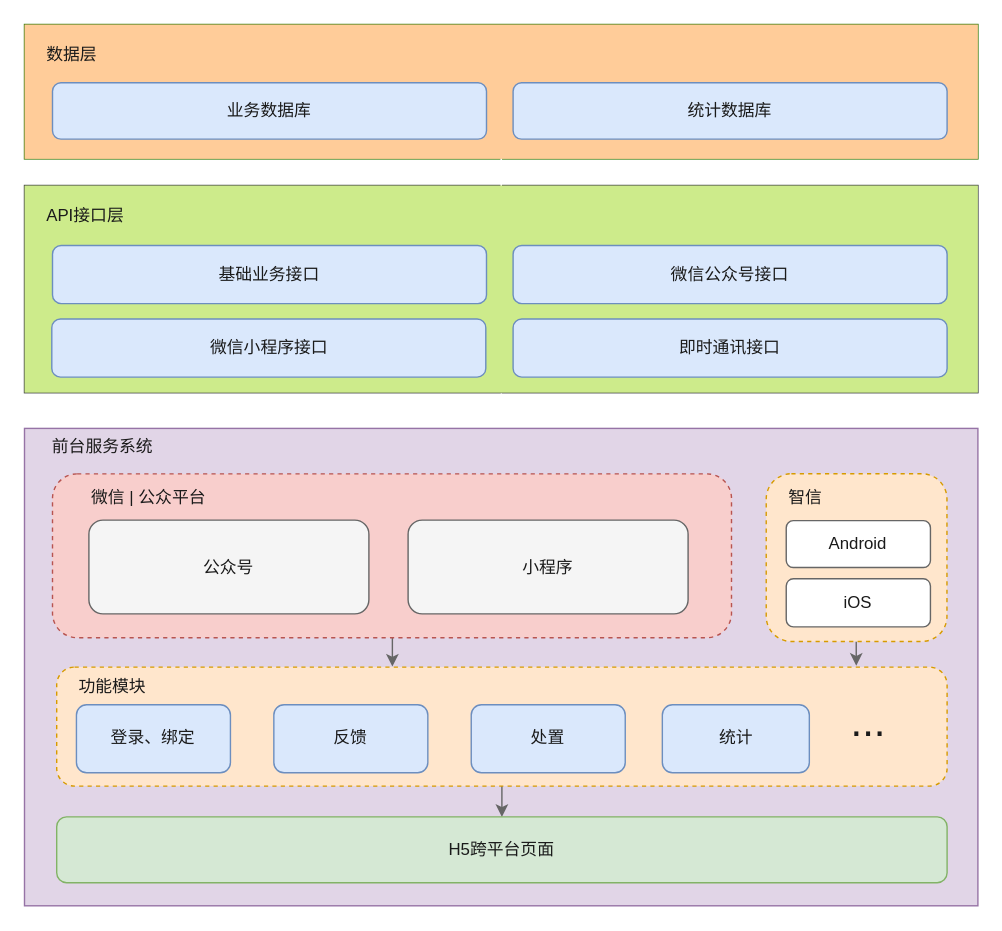
This is page "arch" (3 of 6) of 智信宣传.drawio from withparadox2/DrawIO, a draw.io file, before an edit. Source tidied: cells renumbered, new cells numbered last; positions are measured from the earlier drawing's top-left corner, leaving out a move shared by most shapes. Both pictures are drawn from the tidied source at 140%, with x=0, y=0 at pixel (24, 24).
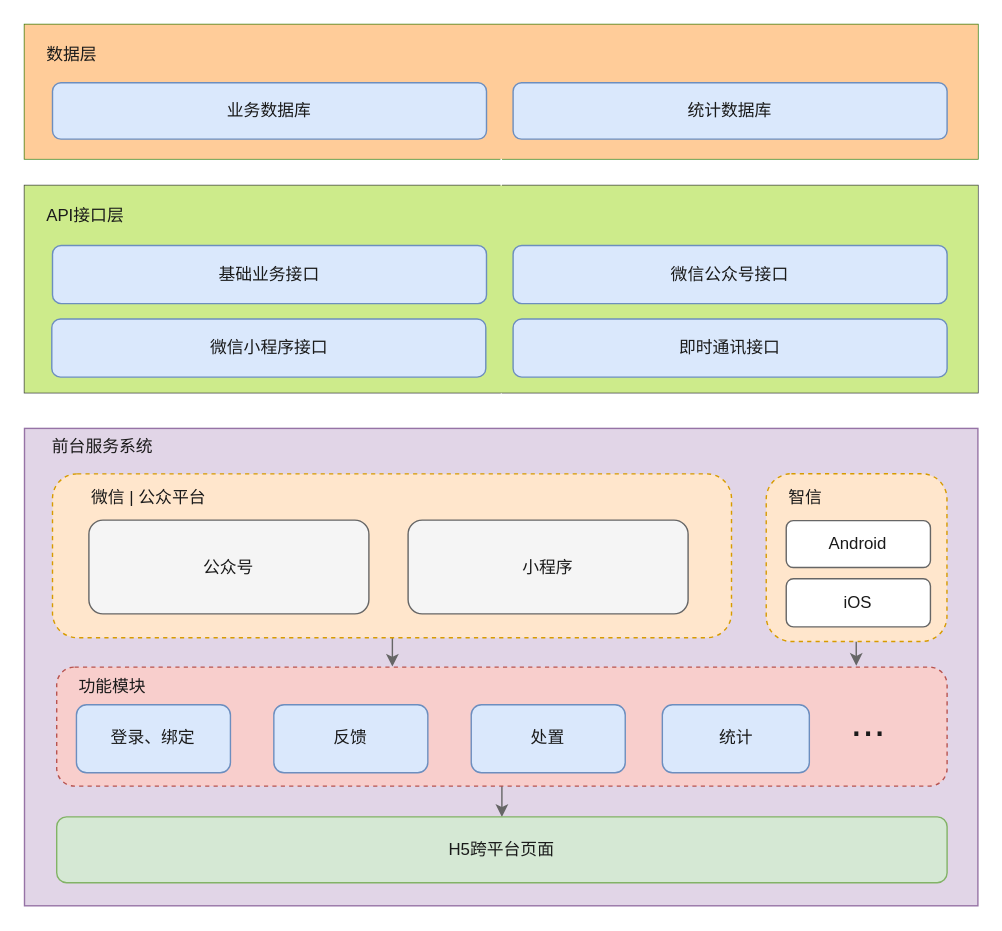
The same page after the edit.

What changed in the source:
```diff
@@
-    <mxCell id="18" style="rounded=1;whiteSpace=wrap;html=1;strokeColor=#b85450;fillColor=#f8cecc;dashed=1;" parent="1" vertex="1">
+    <mxCell id="18" style="rounded=1;whiteSpace=wrap;html=1;strokeColor=#d79b00;fillColor=#ffe6cc;dashed=1;" parent="1" vertex="1">
       <mxGeometry x="20" y="321" width="485" height="117" as="geometry" />
     </mxCell>
@@
-    <mxCell id="25" style="rounded=1;whiteSpace=wrap;html=1;strokeColor=#d79b00;fillColor=#ffe6cc;dashed=1;" parent="1" vertex="1">
+    <mxCell id="25" style="rounded=1;whiteSpace=wrap;html=1;strokeColor=#b85450;fillColor=#f8cecc;dashed=1;" parent="1" vertex="1">
       <mxGeometry x="23" y="459" width="636" height="85" as="geometry" />
     </mxCell>
```
